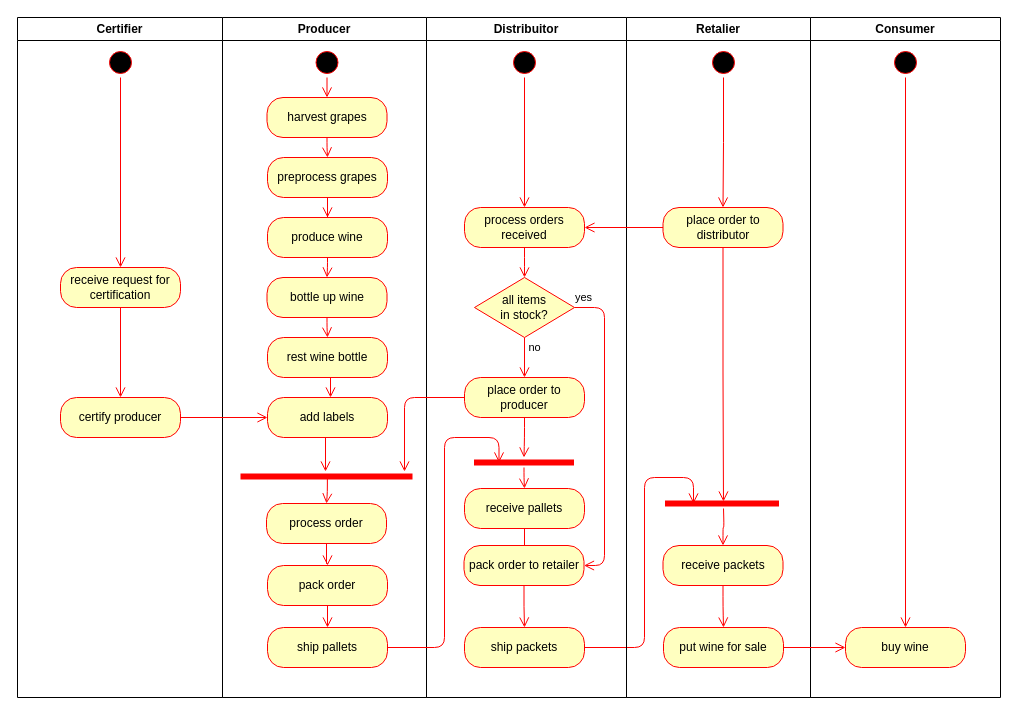
This is diagrams/ActivityDiagram.drawio from pahique/winesupplychain, a draw.io file, before an edit. Source tidied: cells renumbered, new cells numbered last; positions are measured from the earlier drawing's top-left corner, leaving out a move shared by most shapes. Both pictures are drawn from the tidied source at 100%, with x=0, y=0 at pixel (17, 17).
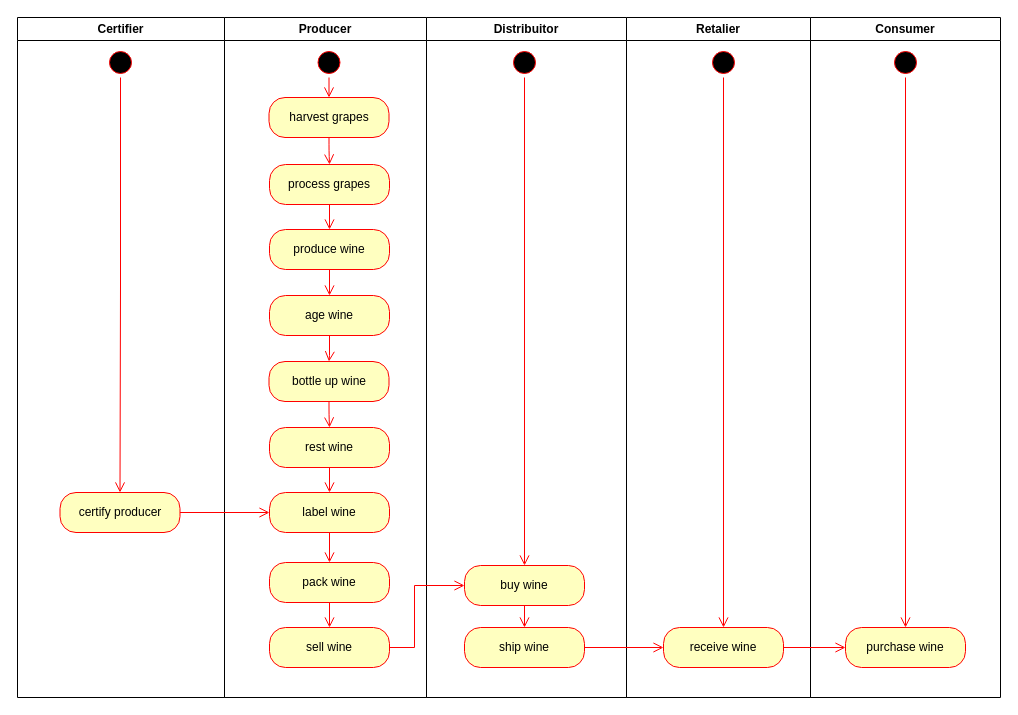
The same page after the edit.

Unchanged cells that the change refers to:
```xml
<mxCell id="24" value="Distribuitor" style="swimlane;whiteSpace=wrap;" parent="1" vertex="1">
  <mxGeometry x="409" width="200" height="680" as="geometry" />
</mxCell>
<mxCell id="27" style="ellipse;html=1;shape=startState;fillColor=#000000;strokeColor=#ff0000;" parent="24" vertex="1">
  <mxGeometry x="83" y="30" width="30" height="30" as="geometry" />
</mxCell>
<mxCell id="41" value="Consumer" style="swimlane;whiteSpace=wrap;" parent="1" vertex="1">
  <mxGeometry x="793" width="190" height="680" as="geometry" />
</mxCell>
<mxCell id="48" style="ellipse;html=1;shape=startState;fillColor=#000000;strokeColor=#ff0000;" parent="45" vertex="1">
  <mxGeometry x="88" y="30" width="30" height="30" as="geometry" />
</mxCell>
<mxCell id="52" value="Retalier" style="swimlane;whiteSpace=wrap;" parent="1" vertex="1">
  <mxGeometry x="609" width="184" height="680" as="geometry" />
</mxCell>
<mxCell id="55" style="ellipse;html=1;shape=startState;fillColor=#000000;strokeColor=#ff0000;" parent="52" vertex="1">
  <mxGeometry x="82" y="30" width="30" height="30" as="geometry" />
</mxCell>
```

The edit, as a diff of the source:
```diff
@@
     <mxCell id="2" value="Producer" style="swimlane;whiteSpace=wrap;" parent="1" vertex="1">
-      <mxGeometry x="205" width="204" height="680" as="geometry" />
+      <mxGeometry x="207" width="202" height="680" as="geometry" />
     </mxCell>
@@
     <mxCell id="5" value="produce wine" style="rounded=1;whiteSpace=wrap;html=1;arcSize=40;fontColor=#000000;fillColor=#ffffc0;strokeColor=#ff0000;" parent="2" vertex="1">
-      <mxGeometry x="45" y="200" width="120" height="40" as="geometry" />
+      <mxGeometry x="45" y="212" width="120" height="40" as="geometry" />
     </mxCell>
@@
     <mxCell id="7" value="bottle up wine" style="rounded=1;whiteSpace=wrap;html=1;arcSize=40;fontColor=#000000;fillColor=#ffffc0;strokeColor=#ff0000;" parent="2" vertex="1">
-      <mxGeometry x="44.5" y="260" width="120" height="40" as="geometry" />
+      <mxGeometry x="44.5" y="344" width="120" height="40" as="geometry" />
     </mxCell>
-    <mxCell id="8" style="edgeStyle=orthogonalEdgeStyle;html=1;verticalAlign=bottom;endArrow=open;endSize=8;strokeColor=#ff0000;" parent="2" edge="1" source="5" target="7">
+    <mxCell id="8" style="edgeStyle=orthogonalEdgeStyle;html=1;verticalAlign=bottom;endArrow=open;endSize=8;strokeColor=#ff0000;entryX=0.5;entryY=0;entryDx=0;entryDy=0;" parent="2" edge="1" source="5" target="67">
       <mxGeometry relative="1" as="geometry" />
     </mxCell>
@@
-    <mxCell id="11" value="preprocess grapes" style="rounded=1;whiteSpace=wrap;html=1;arcSize=40;fontColor=#000000;fillColor=#ffffc0;strokeColor=#ff0000;" parent="2" vertex="1">
-      <mxGeometry x="45" y="140" width="120" height="40" as="geometry" />
+    <mxCell id="11" value="process grapes" style="rounded=1;whiteSpace=wrap;html=1;arcSize=40;fontColor=#000000;fillColor=#ffffc0;strokeColor=#ff0000;" parent="2" vertex="1">
+      <mxGeometry x="45" y="147" width="120" height="40" as="geometry" />
     </mxCell>
-    <mxCell id="12" style="edgeStyle=orthogonalEdgeStyle;rounded=0;jettySize=auto;html=1;endArrow=open;endFill=0;endSize=8;strokeColor=#FF0000;strokeWidth=1;exitX=0.5;exitY=1;exitDx=0;exitDy=0;" parent="2" edge="1" source="13" target="20">
+    <mxCell id="12" style="edgeStyle=orthogonalEdgeStyle;rounded=0;jettySize=auto;html=1;endArrow=open;endFill=0;endSize=8;strokeColor=#FF0000;strokeWidth=1;" parent="2" edge="1" source="13" target="20">
       <mxGeometry relative="1" as="geometry">
         <Array as="points">
-          <mxPoint x="108" y="360" />
+          <mxPoint x="112" y="440" />
+          <mxPoint x="112" y="440" />
         </Array>
       </mxGeometry>
     </mxCell>
-    <mxCell id="13" value="rest wine bottle" style="rounded=1;whiteSpace=wrap;html=1;arcSize=40;fontColor=#000000;fillColor=#ffffc0;strokeColor=#ff0000;" parent="2" vertex="1">
-      <mxGeometry x="45" y="320" width="120" height="40" as="geometry" />
+    <mxCell id="13" value="rest wine" style="rounded=1;whiteSpace=wrap;html=1;arcSize=40;fontColor=#000000;fillColor=#ffffc0;strokeColor=#ff0000;" parent="2" vertex="1">
+      <mxGeometry x="45" y="410" width="120" height="40" as="geometry" />
     </mxCell>
@@
-    <mxCell id="15" style="edgeStyle=orthogonalEdgeStyle;rounded=0;jettySize=auto;html=1;endArrow=open;endFill=0;endSize=8;strokeColor=#FF0000;strokeWidth=1;" parent="2" edge="1" source="16" target="22">
-      <mxGeometry relative="1" as="geometry" />
-    </mxCell>
-    <mxCell id="16" value="process order" style="rounded=1;whiteSpace=wrap;html=1;arcSize=40;fontColor=#000000;fillColor=#ffffc0;strokeColor=#ff0000;" parent="2" vertex="1">
-      <mxGeometry x="44" y="486" width="120" height="40" as="geometry" />
-    </mxCell>
-    <mxCell id="17" style="shape=line;html=1;strokeWidth=6;strokeColor=#ff0000;" parent="2" vertex="1">
-      <mxGeometry x="18" y="454" width="172" height="10" as="geometry" />
-    </mxCell>
-    <mxCell id="18" style="edgeStyle=orthogonalEdgeStyle;html=1;verticalAlign=bottom;endArrow=open;endSize=8;strokeColor=#ff0000;exitX=0.505;exitY=0.4;exitDx=0;exitDy=0;exitPerimeter=0;" parent="2" edge="1" source="17" target="16">
-      <mxGeometry relative="1" as="geometry" />
-    </mxCell>
+    <mxCell id="20" value="label wine" style="rounded=1;whiteSpace=wrap;html=1;arcSize=40;fontColor=#000000;fillColor=#ffffc0;strokeColor=#ff0000;" parent="2" vertex="1">
+      <mxGeometry x="45" y="475" width="120" height="40" as="geometry" />
+    </mxCell>
+    <mxCell id="22" value="sell wine" style="rounded=1;whiteSpace=wrap;html=1;arcSize=40;fontColor=#000000;fillColor=#ffffc0;strokeColor=#ff0000;" parent="2" vertex="1">
+      <mxGeometry x="45" y="610" width="120" height="40" as="geometry" />
+    </mxCell>
+    <mxCell id="67" value="age wine" style="rounded=1;whiteSpace=wrap;html=1;arcSize=40;fontColor=#000000;fillColor=#ffffc0;strokeColor=#ff0000;" parent="2" vertex="1">
+      <mxGeometry x="45" y="278" width="120" height="40" as="geometry" />
+    </mxCell>
+    <mxCell id="68" style="edgeStyle=orthogonalEdgeStyle;rounded=0;jettySize=auto;html=1;entryX=0.5;entryY=0;entryDx=0;entryDy=0;endArrow=open;endFill=0;fillColor=#f8cecc;strokeColor=#FF0000;strokeWidth=1;endSize=8;" parent="2" edge="1" source="67" target="7">
+      <mxGeometry relative="1" as="geometry" />
+    </mxCell>
+    <mxCell id="69" value="pack wine" style="rounded=1;whiteSpace=wrap;html=1;arcSize=40;fontColor=#000000;fillColor=#ffffc0;strokeColor=#ff0000;" parent="2" vertex="1">
+      <mxGeometry x="45" y="545" width="120" height="40" as="geometry" />
+    </mxCell>
-    <mxCell id="19" style="edgeStyle=orthogonalEdgeStyle;rounded=0;orthogonalLoop=1;jettySize=auto;html=1;endArrow=open;endFill=0;endSize=8;strokeColor=#FF0000;strokeWidth=1;" parent="2" edge="1">
-      <mxGeometry relative="1" as="geometry">
-        <mxPoint x="104" y="420" as="sourcePoint" />
-        <mxPoint x="103" y="454" as="targetPoint" />
-      </mxGeometry>
+    <mxCell id="19" style="edgeStyle=orthogonalEdgeStyle;rounded=0;jettySize=auto;html=1;endArrow=open;endFill=0;endSize=8;strokeColor=#FF0000;strokeWidth=1;" parent="2" edge="1" source="20" target="69">
+      <mxGeometry relative="1" as="geometry" />
     </mxCell>
-    <mxCell id="20" value="add labels" style="rounded=1;whiteSpace=wrap;html=1;arcSize=40;fontColor=#000000;fillColor=#ffffc0;strokeColor=#ff0000;" parent="2" vertex="1">
-      <mxGeometry x="45" y="380" width="120" height="40" as="geometry" />
-    </mxCell>
-    <mxCell id="21" style="edgeStyle=orthogonalEdgeStyle;rounded=0;jettySize=auto;html=1;endArrow=open;endFill=0;endSize=8;strokeColor=#FF0000;strokeWidth=1;" parent="2" edge="1" source="22" target="23">
-      <mxGeometry relative="1" as="geometry" />
-    </mxCell>
-    <mxCell id="22" value="pack order" style="rounded=1;whiteSpace=wrap;html=1;arcSize=40;fontColor=#000000;fillColor=#ffffc0;strokeColor=#ff0000;" parent="2" vertex="1">
-      <mxGeometry x="45" y="548" width="120" height="40" as="geometry" />
-    </mxCell>
-    <mxCell id="23" value="ship pallets" style="rounded=1;whiteSpace=wrap;html=1;arcSize=40;fontColor=#000000;fillColor=#ffffc0;strokeColor=#ff0000;" parent="2" vertex="1">
-      <mxGeometry x="45" y="610" width="120" height="40" as="geometry" />
-    </mxCell>
+    <mxCell id="70" style="edgeStyle=orthogonalEdgeStyle;rounded=0;jettySize=auto;html=1;endArrow=open;endFill=0;endSize=8;strokeColor=#FF0000;strokeWidth=1;" parent="2" edge="1" source="69" target="22">
+      <mxGeometry relative="1" as="geometry" />
+    </mxCell>
@@
-    <mxCell id="25" value="ship packets" style="rounded=1;whiteSpace=wrap;html=1;arcSize=40;fontColor=#000000;fillColor=#ffffc0;strokeColor=#ff0000;" parent="24" vertex="1">
+    <mxCell id="25" value="ship wine" style="rounded=1;whiteSpace=wrap;html=1;arcSize=40;fontColor=#000000;fillColor=#ffffc0;strokeColor=#ff0000;" parent="24" vertex="1">
       <mxGeometry x="38" y="610" width="120" height="40" as="geometry" />
     </mxCell>
-    <mxCell id="26" style="edgeStyle=orthogonalEdgeStyle;rounded=0;jettySize=auto;html=1;endArrow=open;endFill=0;endSize=8;strokeColor=#FF0000;strokeWidth=1;" parent="24" edge="1" source="27" target="29">
+    <mxCell id="26" style="edgeStyle=orthogonalEdgeStyle;rounded=0;jettySize=auto;html=1;endArrow=open;endFill=0;endSize=8;strokeColor=#FF0000;strokeWidth=1;" parent="24" edge="1" source="27" target="33">
       <mxGeometry relative="1" as="geometry" />
     </mxCell>
@@
-    <mxCell id="28" style="edgeStyle=orthogonalEdgeStyle;rounded=1;jettySize=auto;html=1;endArrow=open;endFill=0;endSize=8;strokeColor=#FF0000;strokeWidth=1;" parent="24" edge="1" source="29" target="38">
-      <mxGeometry relative="1" as="geometry" />
-    </mxCell>
-    <mxCell id="29" value="process orders received" style="rounded=1;whiteSpace=wrap;html=1;arcSize=40;fontColor=#000000;fillColor=#ffffc0;strokeColor=#ff0000;" parent="24" vertex="1">
-      <mxGeometry x="38" y="190" width="120" height="40" as="geometry" />
-    </mxCell>
-    <mxCell id="30" style="edgeStyle=orthogonalEdgeStyle;rounded=1;jettySize=auto;html=1;endArrow=open;endFill=0;endSize=8;strokeColor=#FF0000;strokeWidth=1;" parent="24" edge="1" source="31" target="39">
-      <mxGeometry relative="1" as="geometry" />
-    </mxCell>
-    <mxCell id="31" value="place order to producer" style="rounded=1;whiteSpace=wrap;html=1;arcSize=40;fontColor=#000000;fillColor=#ffffc0;strokeColor=#ff0000;" parent="24" vertex="1">
-      <mxGeometry x="38" y="360" width="120" height="40" as="geometry" />
-    </mxCell>
-    <mxCell id="32" style="edgeStyle=orthogonalEdgeStyle;rounded=0;jettySize=auto;html=1;entryX=0.5;entryY=0;entryDx=0;entryDy=0;endArrow=open;endFill=0;endSize=8;strokeColor=#FF0000;strokeWidth=1;" parent="24" edge="1" source="33" target="35">
+    <mxCell id="32" style="edgeStyle=orthogonalEdgeStyle;rounded=0;jettySize=auto;html=1;endArrow=open;endFill=0;endSize=8;strokeColor=#FF0000;strokeWidth=1;" parent="24" edge="1" source="33" target="25">
       <mxGeometry relative="1" as="geometry" />
     </mxCell>
-    <mxCell id="33" value="receive pallets" style="rounded=1;whiteSpace=wrap;html=1;arcSize=40;fontColor=#000000;fillColor=#ffffc0;strokeColor=#ff0000;" parent="24" vertex="1">
-      <mxGeometry x="38" y="471" width="120" height="40" as="geometry" />
+    <mxCell id="33" value="buy wine" style="rounded=1;whiteSpace=wrap;html=1;arcSize=40;fontColor=#000000;fillColor=#ffffc0;strokeColor=#ff0000;" parent="24" vertex="1">
+      <mxGeometry x="38" y="548" width="120" height="40" as="geometry" />
     </mxCell>
-    <mxCell id="34" style="edgeStyle=orthogonalEdgeStyle;rounded=0;jettySize=auto;html=1;endArrow=open;endFill=0;endSize=8;strokeColor=#FF0000;strokeWidth=1;" parent="24" edge="1" source="35" target="25">
-      <mxGeometry relative="1" as="geometry" />
-    </mxCell>
-    <mxCell id="35" value="pack order to retailer" style="rounded=1;whiteSpace=wrap;html=1;arcSize=40;fontColor=#000000;fillColor=#ffffc0;strokeColor=#ff0000;" parent="24" vertex="1">
-      <mxGeometry x="37.5" y="528" width="120" height="40" as="geometry" />
-    </mxCell>
-    <mxCell id="36" value="no" style="edgeStyle=orthogonalEdgeStyle;rounded=1;jettySize=auto;html=1;endArrow=open;endFill=0;endSize=8;strokeColor=#FF0000;strokeWidth=1;" parent="24" edge="1" source="38" target="31">
-      <mxGeometry x="-0.5" y="10" relative="1" as="geometry">
-        <Array as="points">
-          <mxPoint x="128" y="320" />
-          <mxPoint x="128" y="320" />
-        </Array>
-      </mxGeometry>
-    </mxCell>
-    <mxCell id="37" value="yes" style="edgeStyle=orthogonalEdgeStyle;rounded=1;jettySize=auto;html=1;endArrow=open;endFill=0;endSize=8;strokeColor=#FF0000;strokeWidth=1;" parent="24" edge="1" source="38" target="35">
-      <mxGeometry x="-0.94" y="10" relative="1" as="geometry">
-        <Array as="points">
-          <mxPoint x="178" y="290" />
-          <mxPoint x="178" y="548" />
-        </Array>
-      </mxGeometry>
-    </mxCell>
-    <mxCell id="38" value="all items &lt;br&gt;in stock?" style="rhombus;whiteSpace=wrap;html=1;fillColor=#ffffc0;strokeColor=#ff0000;" parent="24" vertex="1">
-      <mxGeometry x="48" y="260" width="100" height="60" as="geometry" />
-    </mxCell>
-    <mxCell id="39" style="shape=line;html=1;strokeWidth=6;strokeColor=#ff0000;" parent="24" vertex="1">
-      <mxGeometry x="47.5" y="440" width="100" height="10" as="geometry" />
-    </mxCell>
-    <mxCell id="40" style="edgeStyle=orthogonalEdgeStyle;html=1;verticalAlign=bottom;endArrow=open;endSize=8;strokeColor=#ff0000;" parent="24" edge="1" source="39" target="33">
-      <mxGeometry relative="1" as="geometry" />
-    </mxCell>
@@
-    <mxCell id="42" value="buy wine" style="rounded=1;whiteSpace=wrap;html=1;arcSize=40;fontColor=#000000;fillColor=#ffffc0;strokeColor=#ff0000;" parent="41" vertex="1">
+    <mxCell id="42" value="purchase wine" style="rounded=1;whiteSpace=wrap;html=1;arcSize=40;fontColor=#000000;fillColor=#ffffc0;strokeColor=#ff0000;" parent="41" vertex="1">
       <mxGeometry x="35" y="610" width="120" height="40" as="geometry" />
     </mxCell>
@@
     <mxCell id="45" value="Certifier" style="swimlane;whiteSpace=wrap;" parent="1" vertex="1">
-      <mxGeometry width="205" height="680" as="geometry" />
+      <mxGeometry width="207" height="680" as="geometry" />
     </mxCell>
     <mxCell id="46" value="certify producer" style="rounded=1;whiteSpace=wrap;html=1;arcSize=40;fontColor=#000000;fillColor=#ffffc0;strokeColor=#ff0000;" parent="45" vertex="1">
-      <mxGeometry x="43" y="380" width="120" height="40" as="geometry" />
+      <mxGeometry x="42.5" y="475" width="120" height="40" as="geometry" />
     </mxCell>
-    <mxCell id="47" style="edgeStyle=orthogonalEdgeStyle;rounded=0;jettySize=auto;html=1;endArrow=open;endFill=0;endSize=8;strokeColor=#FF0000;strokeWidth=1;" parent="45" edge="1" source="48" target="50">
+    <mxCell id="47" style="edgeStyle=orthogonalEdgeStyle;rounded=0;jettySize=auto;html=1;endArrow=open;endFill=0;endSize=8;strokeColor=#FF0000;strokeWidth=1;entryX=0.5;entryY=0;entryDx=0;entryDy=0;" parent="45" edge="1" source="48" target="46">
       <mxGeometry relative="1" as="geometry" />
     </mxCell>
@@
-    <mxCell id="49" style="edgeStyle=orthogonalEdgeStyle;rounded=0;jettySize=auto;html=1;entryX=0.5;entryY=0;entryDx=0;entryDy=0;endArrow=open;endFill=0;endSize=8;strokeColor=#FF0000;strokeWidth=1;" parent="45" edge="1" source="50" target="46">
-      <mxGeometry relative="1" as="geometry" />
-    </mxCell>
-    <mxCell id="50" value="receive request for certification" style="rounded=1;whiteSpace=wrap;html=1;arcSize=40;fontColor=#000000;fillColor=#ffffc0;strokeColor=#ff0000;" parent="45" vertex="1">
-      <mxGeometry x="43" y="250" width="120" height="40" as="geometry" />
-    </mxCell>
-    <mxCell id="51" style="edgeStyle=orthogonalEdgeStyle;html=1;verticalAlign=bottom;endArrow=open;endSize=8;strokeColor=#ff0000;entryX=0.25;entryY=0.5;entryDx=0;entryDy=0;entryPerimeter=0;" parent="1" edge="1" source="25" target="60">
-      <mxGeometry relative="1" as="geometry">
-        <Array as="points">
-          <mxPoint x="627" y="630" />
-          <mxPoint x="627" y="460" />
-          <mxPoint x="676" y="460" />
-        </Array>
-      </mxGeometry>
-    </mxCell>
@@
-    <mxCell id="53" value="put wine for sale" style="rounded=1;whiteSpace=wrap;html=1;arcSize=40;fontColor=#000000;fillColor=#ffffc0;strokeColor=#ff0000;" parent="52" vertex="1">
+    <mxCell id="53" value="receive wine" style="rounded=1;whiteSpace=wrap;html=1;arcSize=40;fontColor=#000000;fillColor=#ffffc0;strokeColor=#ff0000;" parent="52" vertex="1">
       <mxGeometry x="37" y="610" width="120" height="40" as="geometry" />
     </mxCell>
-    <mxCell id="54" style="edgeStyle=orthogonalEdgeStyle;rounded=0;jettySize=auto;html=1;endArrow=open;endFill=0;endSize=8;strokeColor=#FF0000;strokeWidth=1;" parent="52" edge="1" source="55" target="57">
+    <mxCell id="54" style="edgeStyle=orthogonalEdgeStyle;rounded=0;jettySize=auto;html=1;endArrow=open;endFill=0;endSize=8;strokeColor=#FF0000;strokeWidth=1;entryX=0.5;entryY=0;entryDx=0;entryDy=0;" parent="52" edge="1" source="55" target="53">
       <mxGeometry relative="1" as="geometry" />
     </mxCell>
@@
-    <mxCell id="56" style="edgeStyle=orthogonalEdgeStyle;rounded=0;jettySize=auto;html=1;endArrow=open;endFill=0;endSize=8;strokeColor=#FF0000;strokeWidth=1;entryX=0.513;entryY=0.3;entryDx=0;entryDy=0;entryPerimeter=0;" parent="52" edge="1" source="57" target="60">
-      <mxGeometry relative="1" as="geometry" />
-    </mxCell>
-    <mxCell id="57" value="place order to distributor" style="rounded=1;whiteSpace=wrap;html=1;arcSize=40;fontColor=#000000;fillColor=#ffffc0;strokeColor=#ff0000;" parent="52" vertex="1">
-      <mxGeometry x="36.5" y="190" width="120" height="40" as="geometry" />
-    </mxCell>
-    <mxCell id="58" style="edgeStyle=orthogonalEdgeStyle;rounded=1;jettySize=auto;html=1;endArrow=open;endFill=0;endSize=8;strokeColor=#FF0000;strokeWidth=1;" parent="52" edge="1" source="59" target="53">
-      <mxGeometry relative="1" as="geometry" />
-    </mxCell>
-    <mxCell id="59" value="receive packets" style="rounded=1;whiteSpace=wrap;html=1;arcSize=40;fontColor=#000000;fillColor=#ffffc0;strokeColor=#ff0000;" parent="52" vertex="1">
-      <mxGeometry x="36.5" y="528" width="120" height="40" as="geometry" />
-    </mxCell>
-    <mxCell id="60" style="shape=line;html=1;strokeWidth=6;strokeColor=#ff0000;" parent="52" vertex="1">
-      <mxGeometry x="38.5" y="481" width="114" height="10" as="geometry" />
-    </mxCell>
-    <mxCell id="61" style="edgeStyle=orthogonalEdgeStyle;html=1;verticalAlign=bottom;endArrow=open;endSize=8;strokeColor=#ff0000;" parent="52" edge="1" target="59">
-      <mxGeometry relative="1" as="geometry">
-        <mxPoint x="97" y="491" as="sourcePoint" />
-      </mxGeometry>
-    </mxCell>
@@
-    <mxCell id="63" style="edgeStyle=orthogonalEdgeStyle;rounded=1;jettySize=auto;html=1;endArrow=open;endFill=0;endSize=8;strokeColor=#FF0000;strokeWidth=1;" parent="1" edge="1" source="31" target="17">
-      <mxGeometry relative="1" as="geometry">
-        <Array as="points">
-          <mxPoint x="387" y="380" />
-        </Array>
-      </mxGeometry>
-    </mxCell>
@@
-    <mxCell id="65" style="edgeStyle=orthogonalEdgeStyle;rounded=0;jettySize=auto;html=1;entryX=1;entryY=0.5;entryDx=0;entryDy=0;endArrow=open;endFill=0;endSize=8;strokeColor=#FF0000;strokeWidth=1;" parent="1" edge="1" source="57" target="29">
-      <mxGeometry relative="1" as="geometry" />
-    </mxCell>
-    <mxCell id="66" style="edgeStyle=orthogonalEdgeStyle;rounded=1;jettySize=auto;html=1;entryX=0.25;entryY=0.5;entryDx=0;entryDy=0;entryPerimeter=0;endArrow=open;endFill=0;endSize=8;strokeColor=#FF0000;strokeWidth=1;" parent="1" edge="1" source="23" target="39">
-      <mxGeometry relative="1" as="geometry">
-        <Array as="points">
-          <mxPoint x="427" y="630" />
-          <mxPoint x="427" y="420" />
-          <mxPoint x="482" y="420" />
-        </Array>
-      </mxGeometry>
-    </mxCell>
+    <mxCell id="15" style="edgeStyle=orthogonalEdgeStyle;rounded=0;jettySize=auto;html=1;endArrow=open;endFill=0;endSize=8;strokeColor=#FF0000;strokeWidth=1;entryX=0;entryY=0.5;entryDx=0;entryDy=0;exitX=1;exitY=0.5;exitDx=0;exitDy=0;" parent="1" edge="1" source="25" target="53">
+      <mxGeometry relative="1" as="geometry" />
+    </mxCell>
+    <mxCell id="21" style="edgeStyle=orthogonalEdgeStyle;rounded=0;jettySize=auto;html=1;endArrow=open;endFill=0;endSize=8;strokeColor=#FF0000;strokeWidth=1;entryX=0;entryY=0.5;entryDx=0;entryDy=0;" parent="1" edge="1" source="22" target="33">
+      <mxGeometry relative="1" as="geometry">
+        <Array as="points">
+          <mxPoint x="397" y="630" />
+          <mxPoint x="397" y="568" />
+        </Array>
+      </mxGeometry>
+    </mxCell>
```
